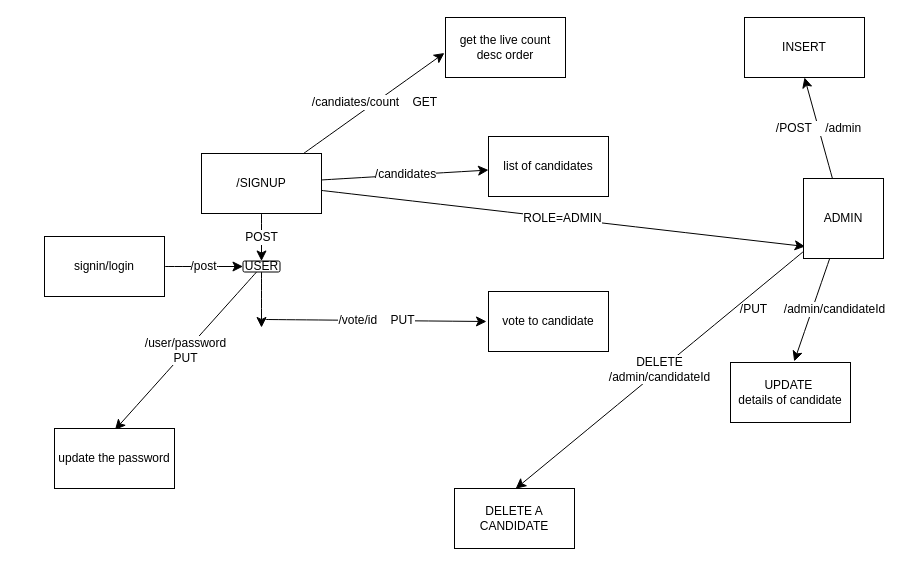
The draw.io diagram VotingApp.drawio in sharshdeepsingh/PollNet, before the edit. Source tidied: cells renumbered, new cells numbered last; positions are measured from the earlier drawing's top-left corner, leaving out a move shared by most shapes. Both pictures are drawn from the tidied source at 100%, with x=0, y=0 at pixel (44, 17).
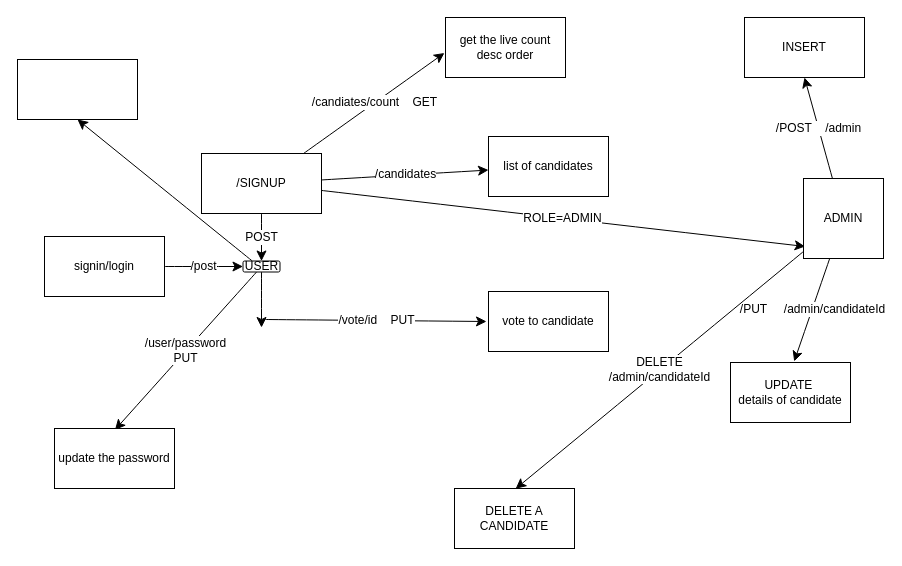
The same diagram, later.

The change refers to these unchanged cells:
```xml
<mxCell id="4" value="USER" style="rounded=1;whiteSpace=wrap;html=1;" parent="1" vertex="1">
  <mxGeometry x="198.5" y="243.5" width="37" height="11" as="geometry" />
</mxCell>
```

Diff of the diagram source:
```diff
@@
+    <mxCell id="24" style="edgeStyle=none;curved=1;rounded=0;jettySize=auto;html=1;exitX=0.25;exitY=0;exitDx=0;exitDy=0;entryX=0.5;entryY=1;entryDx=0;entryDy=0;fontSize=12;startSize=8;endSize=8;" parent="1" edge="1" source="4" target="25">
+      <mxGeometry relative="1" as="geometry" />
+    </mxCell>
@@
+    <mxCell id="25" style="rounded=0;whiteSpace=wrap;html=1;" parent="1" vertex="1">
+      <mxGeometry x="-27" y="42" width="120" height="60" as="geometry" />
+    </mxCell>
```
